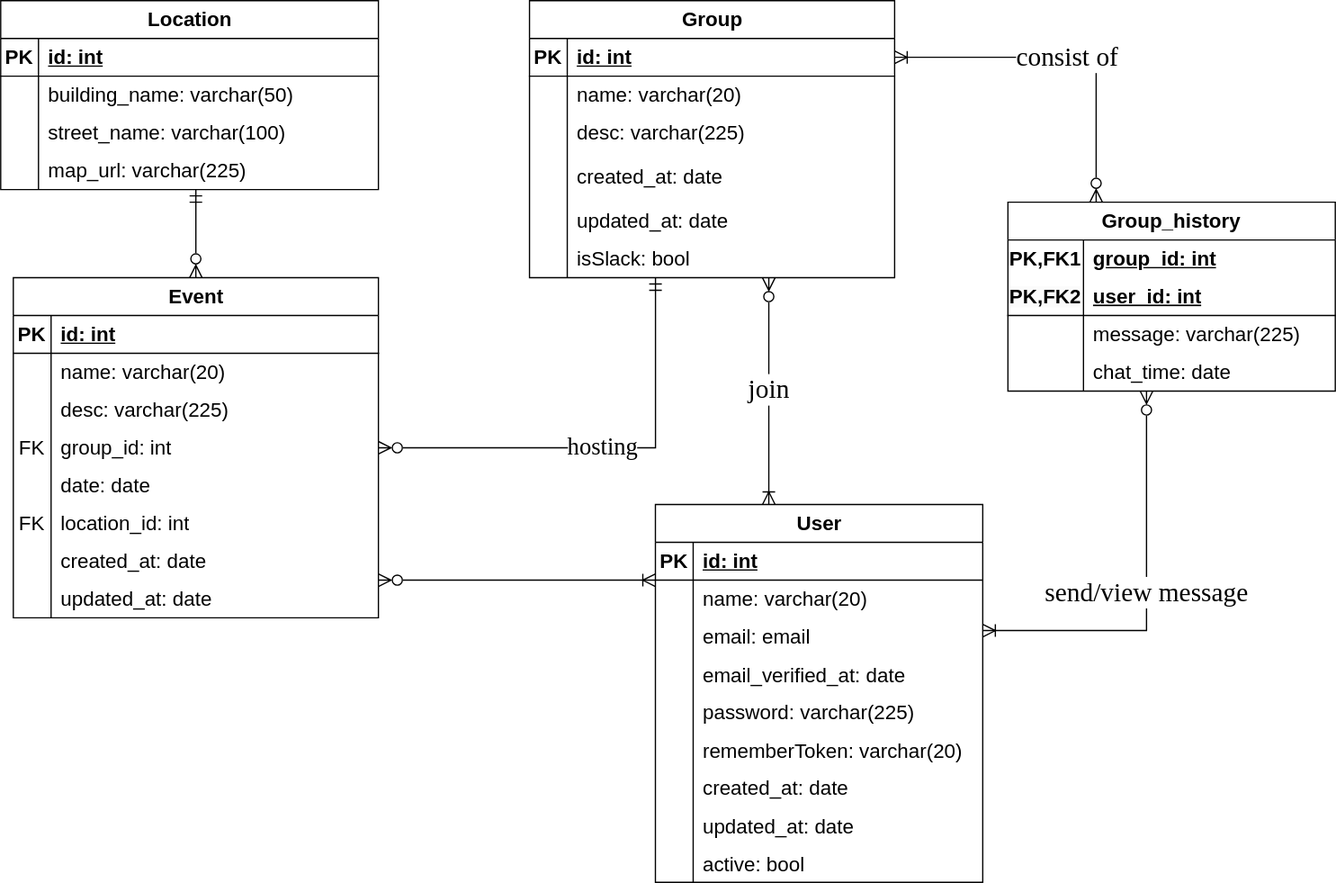
Above: Tampa Bay Designer.drawio.svg in Aisha1098/intern (draw.io), before the change. Source tidied: cells renumbered, new cells last; positions are measured from the earlier drawing's top-left corner, leaving out a move shared by most shapes.
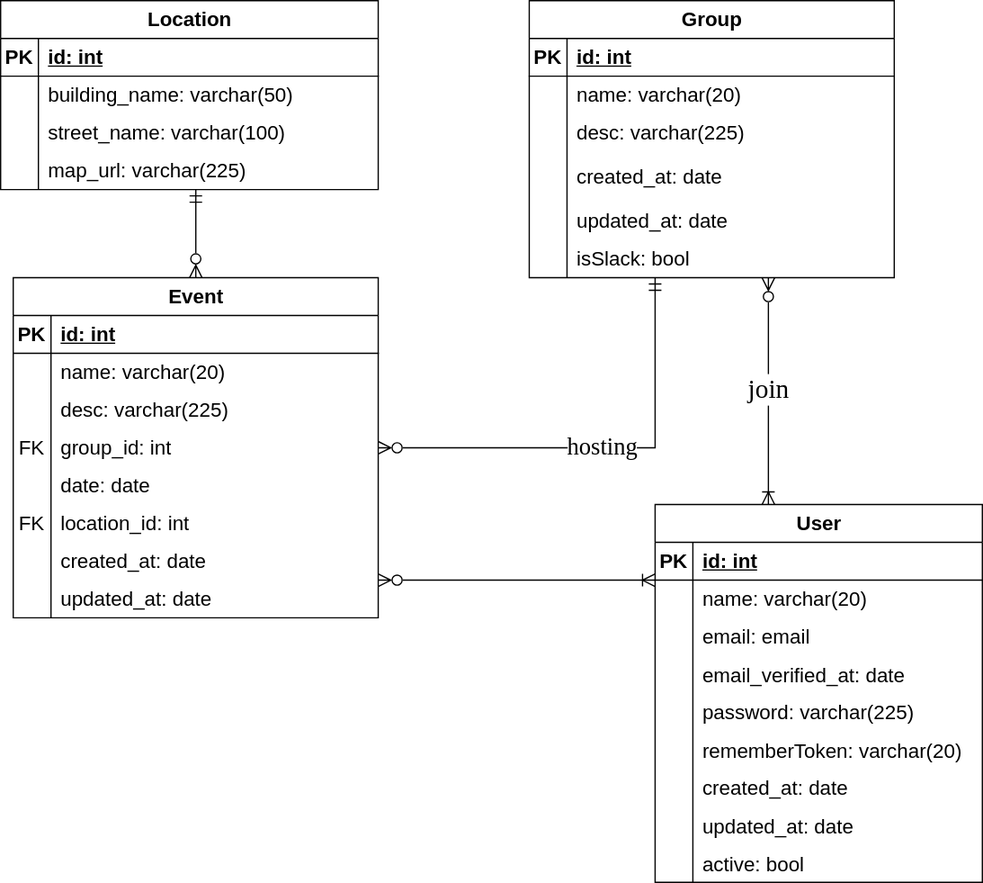
The same file after the commit.

Diff of the diagram source:
```diff
@@ -272,45 +272,6 @@
     <mxCell id="88" value="active: bool" style="shape=partialRectangle;fillColor=none;top=0;left=0;bottom=0;right=0;align=left;spacingLeft=6;overflow=hidden;fontSize=16;" parent="86" vertex="1">
       <mxGeometry x="30" width="230" height="30" as="geometry" />
     </mxCell>
-    <mxCell id="89" value="Group_history" style="shape=table;startSize=30;rowLines=0;fontStyle=1;align=center;html=1;whiteSpace=wrap;fontSize=16;" parent="1" vertex="1">
-      <mxGeometry x="800" y="160" width="260" height="150" as="geometry" />
-    </mxCell>
-    <mxCell id="90" style="shape=tableRow;horizontal=0;startSize=0;swimlaneHead=0;swimlaneBody=0;fillColor=none;top=0;left=0;right=0;bottom=0;html=1;fontSize=16;" parent="89" vertex="1">
-      <mxGeometry y="30" width="260" height="30" as="geometry" />
-    </mxCell>
-    <mxCell id="91" value="PK,FK1" style="shape=partialRectangle;fillColor=none;top=0;left=0;bottom=0;right=0;fontStyle=1;overflow=hidden;html=1;whiteSpace=wrap;fontSize=16;" parent="90" vertex="1">
-      <mxGeometry width="60" height="30" as="geometry" />
-    </mxCell>
-    <mxCell id="92" value="group_id: int" style="shape=partialRectangle;fillColor=none;top=0;left=0;bottom=0;right=0;align=left;spacingLeft=6;fontStyle=5;overflow=hidden;html=1;whiteSpace=wrap;fontSize=16;" parent="90" vertex="1">
-      <mxGeometry x="60" width="200" height="30" as="geometry" />
-    </mxCell>
-    <mxCell id="93" style="shape=tableRow;horizontal=0;startSize=0;swimlaneHead=0;swimlaneBody=0;fillColor=none;top=0;left=0;right=0;bottom=1;html=1;fontSize=16;" parent="89" vertex="1">
-      <mxGeometry y="60" width="260" height="30" as="geometry" />
-    </mxCell>
-    <mxCell id="94" value="&lt;b style=&quot;border-color: var(--border-color); color: rgb(0, 0, 0); font-family: Helvetica; font-size: 16px; font-style: normal; font-variant-ligatures: normal; font-variant-caps: normal; letter-spacing: normal; orphans: 2; text-align: center; text-indent: 0px; text-transform: none; widows: 2; word-spacing: 0px; -webkit-text-stroke-width: 0px; background-color: rgb(251, 251, 251); text-decoration-thickness: initial; text-decoration-style: initial; text-decoration-color: initial;&quot;&gt;PK,FK2&lt;/b&gt;" style="shape=partialRectangle;fillColor=none;top=0;left=0;bottom=0;right=0;fontStyle=1;overflow=hidden;html=1;whiteSpace=wrap;fontSize=16;" parent="93" vertex="1">
-      <mxGeometry width="60" height="30" as="geometry" />
-    </mxCell>
-    <mxCell id="95" value="&lt;b style=&quot;border-color: var(--border-color);&quot;&gt;&lt;u style=&quot;border-color: var(--border-color);&quot;&gt;user_id: int&lt;/u&gt;&lt;/b&gt;" style="shape=partialRectangle;fillColor=none;top=0;left=0;bottom=0;right=0;align=left;spacingLeft=6;fontStyle=5;overflow=hidden;html=1;whiteSpace=wrap;fontSize=16;" parent="93" vertex="1">
-      <mxGeometry x="60" width="200" height="30" as="geometry" />
-    </mxCell>
-    <mxCell id="96" style="shape=tableRow;horizontal=0;startSize=0;swimlaneHead=0;swimlaneBody=0;fillColor=none;top=0;left=0;right=0;bottom=0;html=1;fontSize=16;" parent="89" vertex="1">
-      <mxGeometry y="90" width="260" height="30" as="geometry" />
-    </mxCell>
-    <mxCell id="97" style="shape=partialRectangle;fillColor=none;top=0;left=0;bottom=0;right=0;overflow=hidden;html=1;whiteSpace=wrap;fontSize=16;" parent="96" vertex="1">
-      <mxGeometry width="60" height="30" as="geometry" />
-    </mxCell>
-    <mxCell id="98" value="message: varchar(225)" style="shape=partialRectangle;fillColor=none;top=0;left=0;bottom=0;right=0;align=left;spacingLeft=6;overflow=hidden;html=1;whiteSpace=wrap;fontSize=16;" parent="96" vertex="1">
-      <mxGeometry x="60" width="200" height="30" as="geometry" />
-    </mxCell>
-    <mxCell id="99" style="shape=tableRow;horizontal=0;startSize=0;swimlaneHead=0;swimlaneBody=0;fillColor=none;top=0;left=0;right=0;bottom=0;html=1;fontSize=16;" parent="89" vertex="1">
-      <mxGeometry y="120" width="260" height="30" as="geometry" />
-    </mxCell>
-    <mxCell id="100" style="shape=partialRectangle;fillColor=none;top=0;left=0;bottom=0;right=0;overflow=hidden;html=1;whiteSpace=wrap;fontSize=16;" parent="99" vertex="1">
-      <mxGeometry width="60" height="30" as="geometry" />
-    </mxCell>
-    <mxCell id="101" value="chat_time: date" style="shape=partialRectangle;fillColor=none;top=0;left=0;bottom=0;right=0;align=left;spacingLeft=6;overflow=hidden;html=1;whiteSpace=wrap;fontSize=16;" parent="99" vertex="1">
-      <mxGeometry x="60" width="200" height="30" as="geometry" />
-    </mxCell>
     <mxCell id="102" style="endArrow=ERzeroToMany;html=1;rounded=0;fontSize=21;startSize=8;endSize=8;edgeStyle=orthogonalEdgeStyle;endFill=0;startArrow=ERoneToMany;startFill=0;fontFamily=Permanent Marker;fontSource=https%3A%2F%2Ffonts.googleapis.com%2Fcss%3Ffamily%3DPermanent%2BMarker;" parent="1" edge="1" source="61" target="2">
       <mxGeometry relative="1" as="geometry">
         <Array as="points">
@@ -327,19 +288,5 @@
         </Array>
       </mxGeometry>
     </mxCell>
-    <mxCell id="104" value="consist of" style="endArrow=ERzeroToMany;html=1;rounded=0;fontSize=21;startSize=8;endSize=8;edgeStyle=orthogonalEdgeStyle;endFill=0;startArrow=ERoneToMany;startFill=0;fontFamily=Permanent Marker;fontSource=https%3A%2F%2Ffonts.googleapis.com%2Fcss%3Ffamily%3DPermanent%2BMarker;" parent="1" edge="1" source="29" target="89">
-      <mxGeometry relative="1" as="geometry">
-        <Array as="points">
-          <mxPoint x="870" y="45" />
-        </Array>
-      </mxGeometry>
-    </mxCell>
-    <mxCell id="105" value="send/view message" style="endArrow=ERzeroToMany;html=1;rounded=0;fontSize=21;startSize=8;endSize=8;edgeStyle=orthogonalEdgeStyle;endFill=0;startArrow=ERoneToMany;startFill=0;fontFamily=Permanent Marker;fontSource=https%3A%2F%2Ffonts.googleapis.com%2Fcss%3Ffamily%3DPermanent%2BMarker;" parent="1" edge="1" source="61" target="89">
-      <mxGeometry relative="1" as="geometry">
-        <Array as="points">
-          <mxPoint x="910" y="500" />
-        </Array>
-      </mxGeometry>
-    </mxCell>
   </root>
 </mxGraphModel>
```
